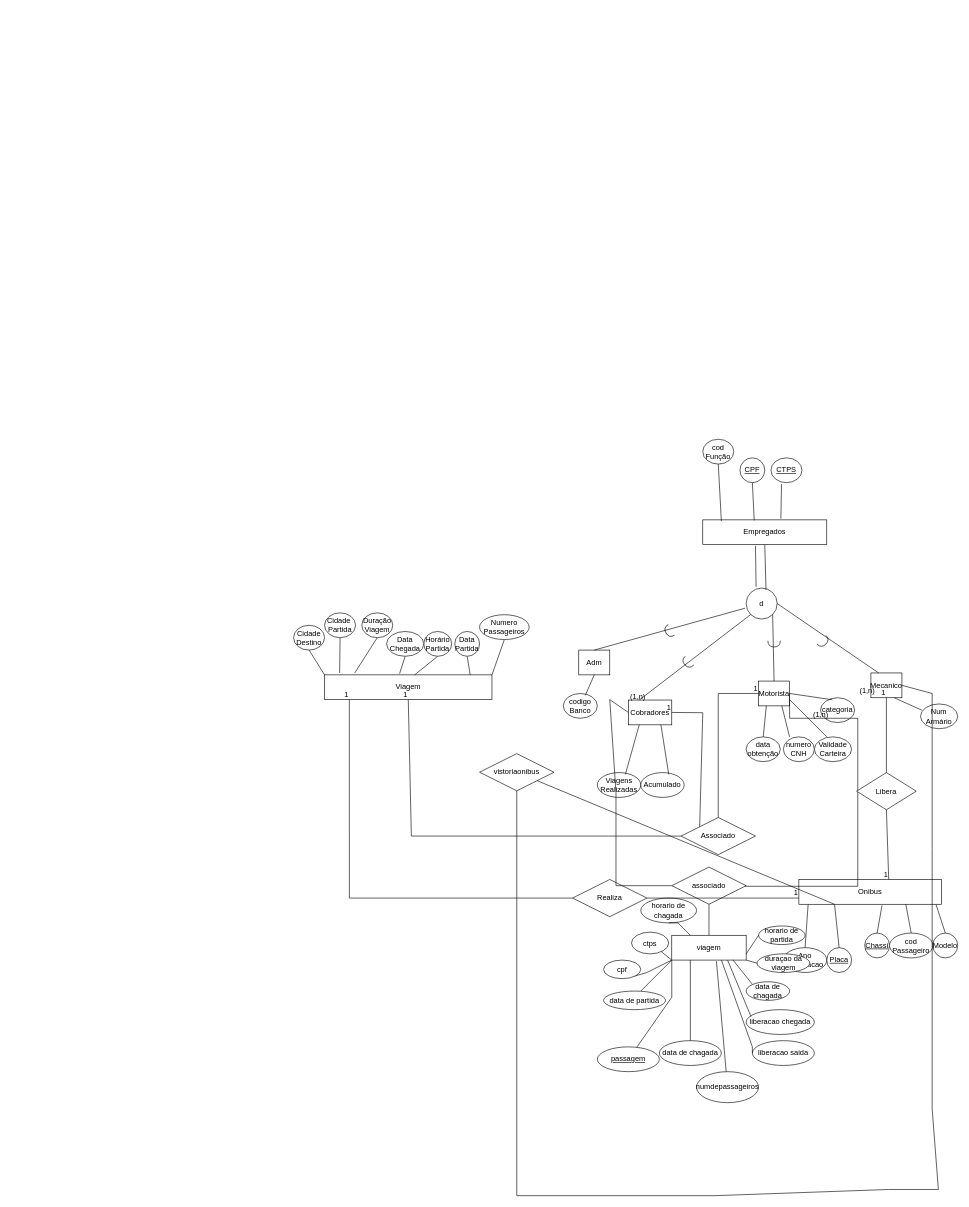
imreadyrod/DiagramasTurmaBancDados keeps this draw.io diagram as page "Diagrama de Entidade Relacionamento" (2 of 2) of aula_1409_BancDados.drawio. Above is the earlier version. Source tidied: cells renumbered, new cells numbered last; positions are measured from the earlier drawing's top-left corner, leaving out a move shared by most shapes. Both pictures are drawn from the tidied source at 62%, with x=0, y=0 at pixel (293, 439).
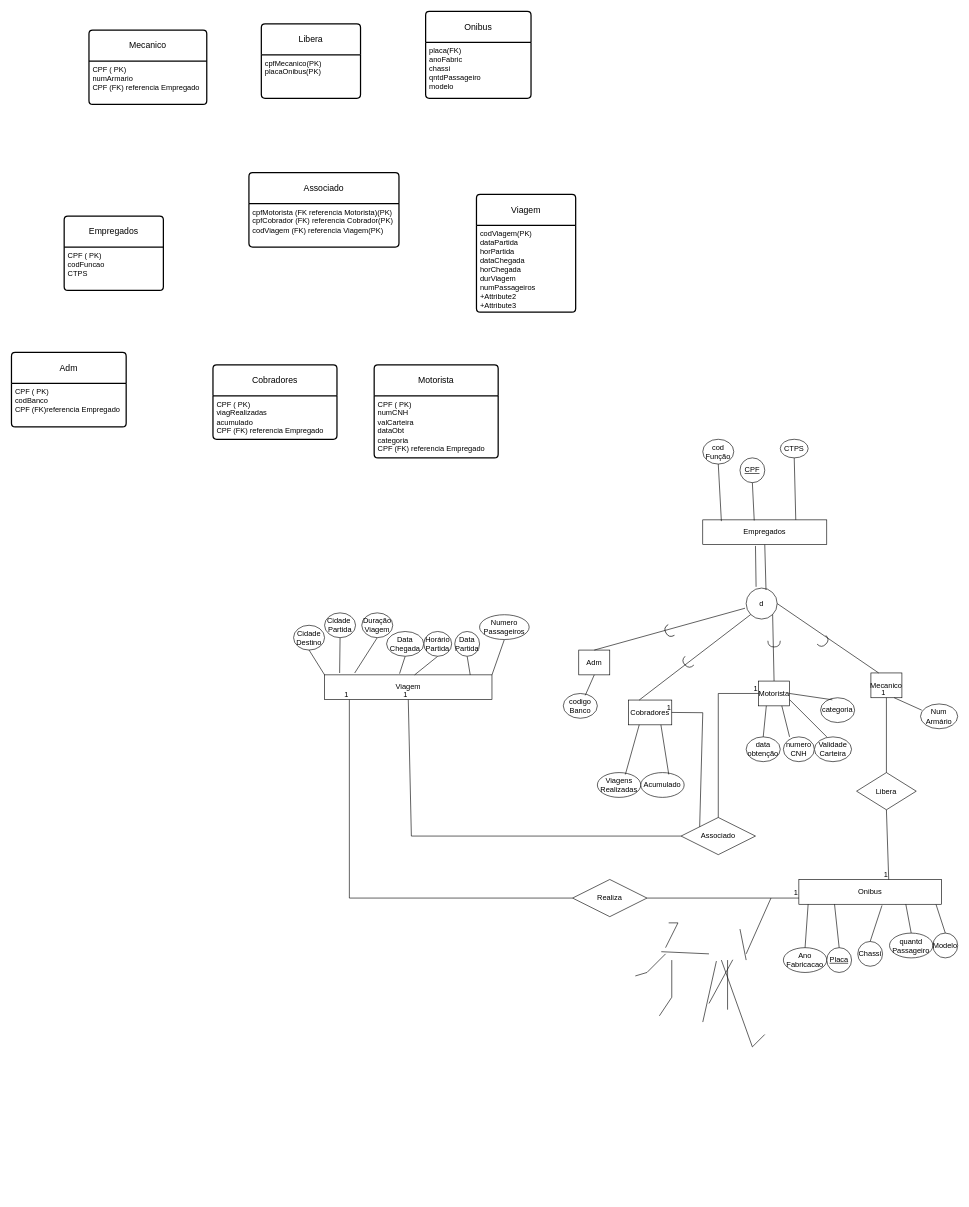
The same page after the edit.

Unchanged cells that the change refers to:
```xml
<mxCell id="2" value="Onibus" style="whiteSpace=wrap;html=1;align=center;" parent="1" vertex="1">
  <mxGeometry x="815" y="710" width="230" height="40" as="geometry" />
</mxCell>
<mxCell id="11" value="Empregados" style="whiteSpace=wrap;html=1;align=center;" parent="1" vertex="1">
  <mxGeometry x="660" y="130" width="200" height="40" as="geometry" />
</mxCell>
<mxCell id="22" value="Motorista" style="whiteSpace=wrap;html=1;align=center;" parent="1" vertex="1">
  <mxGeometry x="750" y="390" width="50" height="40" as="geometry" />
</mxCell>
<mxCell id="23" value="Cobradores" style="whiteSpace=wrap;html=1;align=center;" parent="1" vertex="1">
  <mxGeometry x="540" y="420.6" width="70" height="40" as="geometry" />
</mxCell>
<mxCell id="24" value="Mecanico" style="whiteSpace=wrap;html=1;align=center;" parent="1" vertex="1">
  <mxGeometry x="931.2" y="376.9" width="50" height="40" as="geometry" />
</mxCell>
```

Diff of the diagram source:
```diff
@@
-    <mxCell id="4" value="&lt;u&gt;Chassi&lt;/u&gt;" style="ellipse;whiteSpace=wrap;html=1;align=center;" parent="1" vertex="1">
-      <mxGeometry x="921.2" y="796.5" width="40" height="40" as="geometry" />
-    </mxCell>
@@
-    <mxCell id="6" value="cod&lt;br&gt;Passageiro" style="ellipse;whiteSpace=wrap;html=1;align=center;" parent="1" vertex="1">
+    <mxCell id="6" value="quantd&lt;br&gt;Passageiro" style="ellipse;whiteSpace=wrap;html=1;align=center;" parent="1" vertex="1">
       <mxGeometry x="961.2" y="796.5" width="70" height="40" as="geometry" />
     </mxCell>
@@
-    <mxCell id="16" value="&lt;u&gt;CTPS&lt;/u&gt;" style="ellipse;whiteSpace=wrap;html=1;align=center;" parent="1" vertex="1">
-      <mxGeometry x="770" y="30" width="50" height="40" as="geometry" />
-    </mxCell>
-    <mxCell id="17" style="endArrow=none;html=1;rounded=0;entryX=0.34;entryY=1.05;entryDx=0;entryDy=0;exitX=0.63;exitY=-0.05;exitDx=0;exitDy=0;exitPerimeter=0;entryPerimeter=0;" parent="1" edge="1" source="11" target="16">
-      <mxGeometry relative="1" as="geometry" />
-    </mxCell>
@@
-    <mxCell id="50" value="associado" style="shape=rhombus;perimeter=rhombusPerimeter;whiteSpace=wrap;html=1;align=center;" parent="1" vertex="1">
-      <mxGeometry x="610" y="690" width="120" height="60" as="geometry" />
-    </mxCell>
@@
-    <mxCell id="52" style="endArrow=none;html=1;rounded=0;edgeStyle=orthogonalEdgeStyle;entryX=1;entryY=0.5;entryDx=0;entryDy=0;" parent="1" edge="1" target="22">
-      <mxGeometry relative="1" as="geometry">
-        <mxPoint x="728.5" y="720" as="sourcePoint" />
-        <Array as="points">
-          <mxPoint x="729" y="721" />
-          <mxPoint x="910" y="721" />
-          <mxPoint x="910" y="450" />
-          <mxPoint x="800" y="450" />
-        </Array>
-      </mxGeometry>
-    </mxCell>
@@
-    <mxCell id="54" value="viagem" style="rounded=0;whiteSpace=wrap;html=1;" parent="1" vertex="1">
-      <mxGeometry x="610" y="800" width="120" height="40" as="geometry" />
-    </mxCell>
@@
-    <mxCell id="56" style="endArrow=none;html=1;rounded=0;exitX=0.5;exitY=0;exitDx=0;exitDy=0;" parent="1" edge="1" source="54">
-      <mxGeometry relative="1" as="geometry">
-        <mxPoint x="670" y="750" as="targetPoint" />
-        <Array as="points">
-          <mxPoint x="670" y="780" />
-        </Array>
-      </mxGeometry>
-    </mxCell>
@@
-    <mxCell id="58" style="endArrow=none;html=1;rounded=0;" parent="1" edge="1">
-      <mxGeometry relative="1" as="geometry">
-        <mxPoint x="560" y="890" as="sourcePoint" />
-        <mxPoint x="610" y="840" as="targetPoint" />
-      </mxGeometry>
-    </mxCell>
@@
-    <mxCell id="60" value="data de partida" style="ellipse;whiteSpace=wrap;html=1;" parent="1" vertex="1">
-      <mxGeometry x="500" y="890" width="100" height="30" as="geometry" />
-    </mxCell>
@@
-    <mxCell id="62" value="data de chagada" style="ellipse;whiteSpace=wrap;html=1;" parent="1" vertex="1">
-      <mxGeometry x="730" y="875" width="70" height="30" as="geometry" />
-    </mxCell>
@@
-    <mxCell id="64" value="horario de partida" style="ellipse;whiteSpace=wrap;html=1;" parent="1" vertex="1">
-      <mxGeometry x="750" y="785" width="75" height="30" as="geometry" />
-    </mxCell>
@@
-    <mxCell id="66" value="numdepassageiros" style="ellipse;whiteSpace=wrap;html=1;" parent="1" vertex="1">
-      <mxGeometry x="650" y="1020" width="100" height="50" as="geometry" />
-    </mxCell>
@@
-    <mxCell id="68" value="ctps" style="ellipse;whiteSpace=wrap;html=1;" parent="1" vertex="1">
-      <mxGeometry x="545" y="795" width="60" height="35" as="geometry" />
-    </mxCell>
@@
-    <mxCell id="70" value="cpf" style="ellipse;whiteSpace=wrap;html=1;" parent="1" vertex="1">
-      <mxGeometry x="500" y="840" width="60" height="30" as="geometry" />
-    </mxCell>
@@
-    <mxCell id="72" value="liberacao chegada" style="ellipse;whiteSpace=wrap;html=1;" parent="1" vertex="1">
-      <mxGeometry x="730" y="920" width="110" height="40" as="geometry" />
-    </mxCell>
@@
-    <mxCell id="74" value="duraçao da viagem" style="ellipse;whiteSpace=wrap;html=1;" parent="1" vertex="1">
-      <mxGeometry x="747.5" y="830" width="85" height="30" as="geometry" />
-    </mxCell>
@@
-    <mxCell id="76" value="data de chagada" style="ellipse;whiteSpace=wrap;html=1;" parent="1" vertex="1">
-      <mxGeometry x="590" y="970" width="100" height="40" as="geometry" />
-    </mxCell>
@@
-    <mxCell id="78" value="horario de chagada" style="ellipse;whiteSpace=wrap;html=1;" parent="1" vertex="1">
-      <mxGeometry x="560" y="740" width="90" height="40" as="geometry" />
-    </mxCell>
@@
-    <mxCell id="80" value="passagem" style="ellipse;whiteSpace=wrap;html=1;align=center;fontStyle=4;" parent="1" vertex="1">
-      <mxGeometry x="490" y="980" width="100" height="40" as="geometry" />
-    </mxCell>
@@
-    <mxCell id="83" value="liberacao saida" style="ellipse;whiteSpace=wrap;html=1;" parent="1" vertex="1">
-      <mxGeometry x="740" y="970" width="100" height="40" as="geometry" />
-    </mxCell>
@@
-    <mxCell id="86" style="endArrow=none;html=1;rounded=0;entryX=0;entryY=1;entryDx=0;entryDy=0;" parent="1" edge="1" source="68" target="54">
-      <mxGeometry relative="1" as="geometry" />
+    <mxCell id="86" style="endArrow=none;html=1;rounded=0;entryX=0;entryY=1;entryDx=0;entryDy=0;" parent="1" edge="1">
+      <mxGeometry relative="1" as="geometry">
+        <mxPoint x="593.1" y="826.5" as="sourcePoint" />
+        <mxPoint x="670" y="830" as="targetPoint" />
+      </mxGeometry>
     </mxCell>
@@
-    <mxCell id="89" style="endArrow=none;html=1;rounded=0;exitX=1;exitY=1;exitDx=0;exitDy=0;entryX=0;entryY=1;entryDx=0;entryDy=0;" parent="1" edge="1" source="70" target="54">
+    <mxCell id="89" style="endArrow=none;html=1;rounded=0;exitX=1;exitY=1;exitDx=0;exitDy=0;entryX=0;entryY=1;entryDx=0;entryDy=0;" parent="1" edge="1">
       <mxGeometry relative="1" as="geometry">
+        <mxPoint x="551.2" y="865.6" as="sourcePoint" />
+        <mxPoint x="600" y="830" as="targetPoint" />
         <Array as="points">
           <mxPoint x="570" y="860" />
         </Array>
       </mxGeometry>
     </mxCell>
@@
-    <mxCell id="91" style="endArrow=none;html=1;rounded=0;exitX=0;exitY=0;exitDx=0;exitDy=0;entryX=0.82;entryY=0.988;entryDx=0;entryDy=0;entryPerimeter=0;" parent="1" edge="1" source="62" target="54">
-      <mxGeometry relative="1" as="geometry" />
+    <mxCell id="91" style="endArrow=none;html=1;rounded=0;exitX=0;exitY=0;exitDx=0;exitDy=0;entryX=0.82;entryY=0.988;entryDx=0;entryDy=0;entryPerimeter=0;" parent="1" edge="1">
+      <mxGeometry relative="1" as="geometry">
+        <mxPoint x="670" y="910" as="sourcePoint" />
+        <mxPoint x="708.4" y="839.5" as="targetPoint" />
+      </mxGeometry>
     </mxCell>
@@
-    <mxCell id="93" style="endArrow=none;html=1;rounded=0;exitX=0;exitY=0.5;exitDx=0;exitDy=0;entryX=1;entryY=1;entryDx=0;entryDy=0;" parent="1" edge="1" source="74" target="54">
-      <mxGeometry relative="1" as="geometry" />
+    <mxCell id="93" style="endArrow=none;html=1;rounded=0;exitX=0;exitY=0.5;exitDx=0;exitDy=0;entryX=1;entryY=1;entryDx=0;entryDy=0;" parent="1" edge="1">
+      <mxGeometry relative="1" as="geometry">
+        <mxPoint x="720" y="790" as="sourcePoint" />
+        <mxPoint x="730" y="840" as="targetPoint" />
+      </mxGeometry>
     </mxCell>
@@
-    <mxCell id="95" style="endArrow=none;html=1;rounded=0;exitX=1;exitY=0.75;exitDx=0;exitDy=0;entryX=0;entryY=0.5;entryDx=0;entryDy=0;" parent="1" edge="1" source="54" target="64">
-      <mxGeometry relative="1" as="geometry" />
+    <mxCell id="95" style="endArrow=none;html=1;rounded=0;exitX=1;exitY=0.75;exitDx=0;exitDy=0;entryX=0;entryY=0.5;entryDx=0;entryDy=0;" parent="1" edge="1">
+      <mxGeometry relative="1" as="geometry">
+        <mxPoint x="730" y="830" as="sourcePoint" />
+        <mxPoint x="770" y="740" as="targetPoint" />
+      </mxGeometry>
     </mxCell>
@@
-    <mxCell id="98" style="endArrow=none;html=1;rounded=0;entryX=0;entryY=1;entryDx=0;entryDy=0;" parent="1" edge="1" source="80" target="54">
+    <mxCell id="98" style="endArrow=none;html=1;rounded=0;entryX=0;entryY=1;entryDx=0;entryDy=0;" parent="1" edge="1">
       <mxGeometry relative="1" as="geometry">
+        <mxPoint x="590" y="930" as="sourcePoint" />
+        <mxPoint x="610" y="840" as="targetPoint" />
         <Array as="points">
           <mxPoint x="610" y="900" />
         </Array>
       </mxGeometry>
     </mxCell>
@@
-    <mxCell id="101" style="endArrow=none;html=1;rounded=0;entryX=0.25;entryY=1;entryDx=0;entryDy=0;" parent="1" edge="1" source="76" target="54">
-      <mxGeometry relative="1" as="geometry" />
-    </mxCell>
@@
-    <mxCell id="104" style="endArrow=none;html=1;rounded=0;entryX=0.6;entryY=1.041;entryDx=0;entryDy=0;entryPerimeter=0;" parent="1" edge="1" source="66" target="54">
-      <mxGeometry relative="1" as="geometry" />
+    <mxCell id="104" style="endArrow=none;html=1;rounded=0;entryX=0.6;entryY=1.041;entryDx=0;entryDy=0;entryPerimeter=0;" parent="1" edge="1">
+      <mxGeometry relative="1" as="geometry">
+        <mxPoint x="660" y="940" as="sourcePoint" />
+        <mxPoint x="682" y="841.6" as="targetPoint" />
+      </mxGeometry>
     </mxCell>
@@
-    <mxCell id="106" style="endArrow=none;html=1;rounded=0;exitX=0.071;exitY=0.278;exitDx=0;exitDy=0;exitPerimeter=0;entryX=0.75;entryY=1;entryDx=0;entryDy=0;" parent="1" edge="1" source="72" target="54">
-      <mxGeometry relative="1" as="geometry" />
+    <mxCell id="106" style="endArrow=none;html=1;rounded=0;exitX=0.071;exitY=0.278;exitDx=0;exitDy=0;exitPerimeter=0;entryX=0.75;entryY=1;entryDx=0;entryDy=0;" parent="1" edge="1">
+      <mxGeometry relative="1" as="geometry">
+        <mxPoint x="700" y="920" as="sourcePoint" />
+        <mxPoint x="700" y="840" as="targetPoint" />
+      </mxGeometry>
     </mxCell>
@@
-    <mxCell id="109" style="endArrow=none;html=1;rounded=0;entryX=0;entryY=0.5;entryDx=0;entryDy=0;exitX=0.667;exitY=1;exitDx=0;exitDy=0;exitPerimeter=0;" parent="1" edge="1" source="54" target="83">
+    <mxCell id="109" style="endArrow=none;html=1;rounded=0;entryX=0;entryY=0.5;entryDx=0;entryDy=0;exitX=0.667;exitY=1;exitDx=0;exitDy=0;exitPerimeter=0;" parent="1" edge="1">
       <mxGeometry relative="1" as="geometry">
+        <mxPoint x="690" y="840" as="sourcePoint" />
+        <mxPoint x="760" y="960" as="targetPoint" />
         <Array as="points">
           <mxPoint x="740" y="980" />
         </Array>
       </mxGeometry>
     </mxCell>
-    <mxCell id="110" style="endArrow=none;html=1;rounded=0;entryX=0;entryY=0.5;entryDx=0;entryDy=0;exitX=0;exitY=0.5;exitDx=0;exitDy=0;" parent="1" edge="1" source="50" target="23">
-      <mxGeometry relative="1" as="geometry">
-        <Array as="points">
-          <mxPoint x="520" y="720" />
-          <mxPoint x="520" y="570" />
-          <mxPoint x="510" y="420" />
-        </Array>
-      </mxGeometry>
-    </mxCell>
-    <mxCell id="111" value="vistoriaonibus" style="shape=rhombus;perimeter=rhombusPerimeter;whiteSpace=wrap;html=1;align=center;" parent="1" vertex="1">
-      <mxGeometry x="300" y="507" width="120" height="60" as="geometry" />
-    </mxCell>
-    <mxCell id="112" style="edgeStyle=orthogonalEdgeStyle;rounded=0;orthogonalLoop=1;jettySize=auto;html=1;exitX=0.5;exitY=1;exitDx=0;exitDy=0;" parent="1" edge="1" source="111" target="111">
-      <mxGeometry relative="1" as="geometry" />
+    <mxCell id="112" style="edgeStyle=orthogonalEdgeStyle;rounded=0;orthogonalLoop=1;jettySize=auto;html=1;exitX=0.5;exitY=1;exitDx=0;exitDy=0;" parent="1" edge="1">
+      <mxGeometry relative="1" as="geometry">
+        <mxPoint x="360" y="567" as="sourcePoint" />
+        <mxPoint x="360" y="567" as="targetPoint" />
+      </mxGeometry>
     </mxCell>
-    <mxCell id="113" style="endArrow=none;html=1;rounded=0;entryX=0.5;entryY=1;entryDx=0;entryDy=0;exitX=1;exitY=0.5;exitDx=0;exitDy=0;" parent="1" edge="1" source="24" target="111">
-      <mxGeometry relative="1" as="geometry">
-        <Array as="points">
-          <mxPoint x="1030" y="410" />
-          <mxPoint x="1030" y="660" />
-          <mxPoint x="1030" y="790" />
-          <mxPoint x="1030" y="930" />
-          <mxPoint x="1030" y="1080" />
-          <mxPoint x="1040" y="1210" />
-          <mxPoint x="960" y="1210" />
-          <mxPoint x="680" y="1220" />
-          <mxPoint x="360" y="1220" />
-        </Array>
-      </mxGeometry>
-    </mxCell>
-    <mxCell id="114" style="endArrow=none;html=1;rounded=0;entryX=0.25;entryY=1;entryDx=0;entryDy=0;" parent="1" edge="1" source="111" target="2">
-      <mxGeometry relative="1" as="geometry" />
-    </mxCell>
-    <mxCell id="115" value="(1,n)" style="text;html=1;align=center;verticalAlign=middle;strokeColor=none;fillColor=none;" parent="1" vertex="1">
-      <mxGeometry x="530" y="400" width="50" height="30" as="geometry" />
-    </mxCell>
-    <mxCell id="116" value="(1,n)" style="text;html=1;align=center;verticalAlign=middle;strokeColor=none;fillColor=none;" parent="1" vertex="1">
-      <mxGeometry x="825" y="430" width="50" height="30" as="geometry" />
-    </mxCell>
-    <mxCell id="117" value="(1,n)" style="text;html=1;align=center;verticalAlign=middle;strokeColor=none;fillColor=none;" parent="1" vertex="1">
-      <mxGeometry x="900" y="390" width="50" height="30" as="geometry" />
-    </mxCell>
-    <mxCell id="118" style="endArrow=none;html=1;rounded=0;entryX=0.5;entryY=1;entryDx=0;entryDy=0;exitX=0.25;exitY=0;exitDx=0;exitDy=0;" parent="1" edge="1" source="54" target="78">
+    <mxCell id="118" style="endArrow=none;html=1;rounded=0;entryX=0.5;entryY=1;entryDx=0;entryDy=0;exitX=0.25;exitY=0;exitDx=0;exitDy=0;" parent="1" edge="1">
       <mxGeometry relative="1" as="geometry">
+        <mxPoint x="600" y="820" as="sourcePoint" />
+        <mxPoint x="605" y="780" as="targetPoint" />
         <Array as="points">
           <mxPoint x="620" y="780" />
         </Array>
       </mxGeometry>
     </mxCell>
+    <mxCell id="17" style="endArrow=none;html=1;rounded=0;exitX=0.75;exitY=0;exitDx=0;exitDy=0;entryX=0.5;entryY=1;entryDx=0;entryDy=0;" parent="1" edge="1" source="11" target="16">
+      <mxGeometry relative="1" as="geometry" />
+    </mxCell>
+    <mxCell id="16" value="CTPS" style="ellipse;whiteSpace=wrap;html=1;align=center;" parent="1" vertex="1">
+      <mxGeometry x="785" width="45" height="30" as="geometry" />
+    </mxCell>
+    <mxCell id="4" value="Chassi" style="ellipse;whiteSpace=wrap;html=1;align=center;" parent="1" vertex="1">
+      <mxGeometry x="910" y="810" width="40" height="40" as="geometry" />
+    </mxCell>
+    <mxCell id="119" value="Empregados" style="swimlane;horizontal=1;startSize=50;rounded=1;fontSize=14;fontStyle=0;strokeWidth=2;shadow=0;dashed=0;align=center;arcSize=4;whiteSpace=wrap;html=1;" parent="1" vertex="1">
+      <mxGeometry x="-370" y="-360" width="160" height="120" as="geometry" />
+    </mxCell>
+    <mxCell id="120" value="CPF ( PK)&lt;br&gt;codFuncao&lt;br&gt;CTPS&lt;br&gt;" style="align=left;strokeColor=none;fillColor=none;spacingLeft=4;fontSize=12;verticalAlign=top;html=1;" parent="119" vertex="1">
+      <mxGeometry y="50" width="160" height="70" as="geometry" />
+    </mxCell>
+    <mxCell id="121" value="Adm" style="swimlane;horizontal=1;startSize=50;rounded=1;fontSize=14;fontStyle=0;strokeWidth=2;shadow=0;dashed=0;align=center;arcSize=4;whiteSpace=wrap;html=1;" parent="1" vertex="1">
+      <mxGeometry x="-455" y="-140" width="185" height="120" as="geometry" />
+    </mxCell>
+    <mxCell id="122" value="CPF ( PK)&lt;br&gt;codBanco&lt;br&gt;CPF (FK)referencia Empregado" style="align=left;strokeColor=none;fillColor=none;spacingLeft=4;fontSize=12;verticalAlign=top;html=1;" parent="121" vertex="1">
+      <mxGeometry y="50" width="185" height="70" as="geometry" />
+    </mxCell>
+    <mxCell id="123" value="Cobradores" style="swimlane;horizontal=1;startSize=50;rounded=1;fontSize=14;fontStyle=0;strokeWidth=2;shadow=0;dashed=0;align=center;arcSize=4;whiteSpace=wrap;html=1;" parent="1" vertex="1">
+      <mxGeometry x="-130" y="-120" width="200" height="120" as="geometry" />
+    </mxCell>
+    <mxCell id="124" value="CPF ( PK)&lt;br&gt;viagRealizadas&lt;br&gt;acumulado&lt;br&gt;CPF (FK) referencia Empregado" style="align=left;strokeColor=none;fillColor=none;spacingLeft=4;fontSize=12;verticalAlign=top;html=1;" parent="123" vertex="1">
+      <mxGeometry y="50" width="200" height="70" as="geometry" />
+    </mxCell>
+    <mxCell id="125" value="Motorista" style="swimlane;horizontal=1;startSize=50;rounded=1;fontSize=14;fontStyle=0;strokeWidth=2;shadow=0;dashed=0;align=center;arcSize=4;whiteSpace=wrap;html=1;" parent="1" vertex="1">
+      <mxGeometry x="130" y="-120" width="200" height="150" as="geometry" />
+    </mxCell>
+    <mxCell id="126" value="CPF ( PK)&lt;br&gt;numCNH&lt;br&gt;valCarteira&lt;br&gt;dataObt&lt;br&gt;categoria&lt;br&gt;CPF (FK) referencia Empregado" style="align=left;strokeColor=none;fillColor=none;spacingLeft=4;fontSize=12;verticalAlign=top;html=1;" parent="125" vertex="1">
+      <mxGeometry y="50" width="200" height="100" as="geometry" />
+    </mxCell>
+    <mxCell id="127" value="Mecanico" style="swimlane;horizontal=1;startSize=50;rounded=1;fontSize=14;fontStyle=0;strokeWidth=2;shadow=0;dashed=0;align=center;arcSize=4;whiteSpace=wrap;html=1;" parent="1" vertex="1">
+      <mxGeometry x="-330" y="-660" width="190" height="120" as="geometry" />
+    </mxCell>
+    <mxCell id="128" value="CPF ( PK)&lt;br&gt;numArmario&lt;br&gt;CPF (FK) referencia Empregado" style="align=left;strokeColor=none;fillColor=none;spacingLeft=4;fontSize=12;verticalAlign=top;html=1;" parent="127" vertex="1">
+      <mxGeometry y="50" width="190" height="70" as="geometry" />
+    </mxCell>
+    <mxCell id="129" value="Viagem" style="swimlane;horizontal=1;startSize=50;rounded=1;fontSize=14;fontStyle=0;strokeWidth=2;shadow=0;dashed=0;align=center;arcSize=4;whiteSpace=wrap;html=1;" parent="1" vertex="1">
+      <mxGeometry x="295" y="-395" width="160" height="190" as="geometry" />
+    </mxCell>
+    <mxCell id="130" value="codViagem(PK)&lt;br&gt;dataPartida&lt;br&gt;horPartida&lt;br&gt;dataChegada&lt;br&gt;horChegada&lt;br&gt;durViagem&lt;br&gt;numPassageiros&lt;br&gt;+Attribute2&lt;br&gt;+Attribute3" style="align=left;strokeColor=none;fillColor=none;spacingLeft=4;fontSize=12;verticalAlign=top;html=1;" parent="129" vertex="1">
+      <mxGeometry y="50" width="160" height="140" as="geometry" />
+    </mxCell>
+    <mxCell id="131" value="Onibus" style="swimlane;horizontal=1;startSize=50;rounded=1;fontSize=14;fontStyle=0;strokeWidth=2;shadow=0;dashed=0;align=center;arcSize=4;whiteSpace=wrap;html=1;" parent="1" vertex="1">
+      <mxGeometry x="213" y="-690" width="170" height="140" as="geometry" />
+    </mxCell>
+    <mxCell id="132" value="placa(FK)&lt;br&gt;anoFabric&lt;br&gt;chassi&lt;br&gt;qntdPassageiro&lt;br&gt;modelo" style="align=left;strokeColor=none;fillColor=none;spacingLeft=4;fontSize=12;verticalAlign=top;html=1;" parent="131" vertex="1">
+      <mxGeometry y="50" width="170" height="90" as="geometry" />
+    </mxCell>
+    <mxCell id="133" value="Libera" style="swimlane;horizontal=1;startSize=50;rounded=1;fontSize=14;fontStyle=0;strokeWidth=2;shadow=0;dashed=0;align=center;arcSize=4;whiteSpace=wrap;html=1;" parent="1" vertex="1">
+      <mxGeometry x="-52" y="-670" width="160" height="120" as="geometry" />
+    </mxCell>
+    <mxCell id="134" value="cpfMecanico(PK)&lt;br&gt;placaOnibus(PK)&lt;br&gt;" style="align=left;strokeColor=none;fillColor=none;spacingLeft=4;fontSize=12;verticalAlign=top;html=1;" parent="133" vertex="1">
+      <mxGeometry y="50" width="160" height="70" as="geometry" />
+    </mxCell>
+    <mxCell id="135" value="Associado" style="swimlane;horizontal=1;startSize=50;rounded=1;fontSize=14;fontStyle=0;strokeWidth=2;shadow=0;dashed=0;align=center;arcSize=4;whiteSpace=wrap;html=1;" parent="1" vertex="1">
+      <mxGeometry x="-72" y="-430" width="242" height="120" as="geometry" />
+    </mxCell>
+    <mxCell id="136" value="cpfMotorista (FK referencia Motorista)(PK)&lt;br&gt;cpfCobrador (FK) referencia Cobrador(PK)&lt;br&gt;codViagem (FK) referencia Viagem(PK)&lt;br&gt;" style="align=left;strokeColor=none;fillColor=none;spacingLeft=4;fontSize=12;verticalAlign=top;html=1;" parent="135" vertex="1">
+      <mxGeometry y="50" width="242" height="70" as="geometry" />
+    </mxCell>
```
